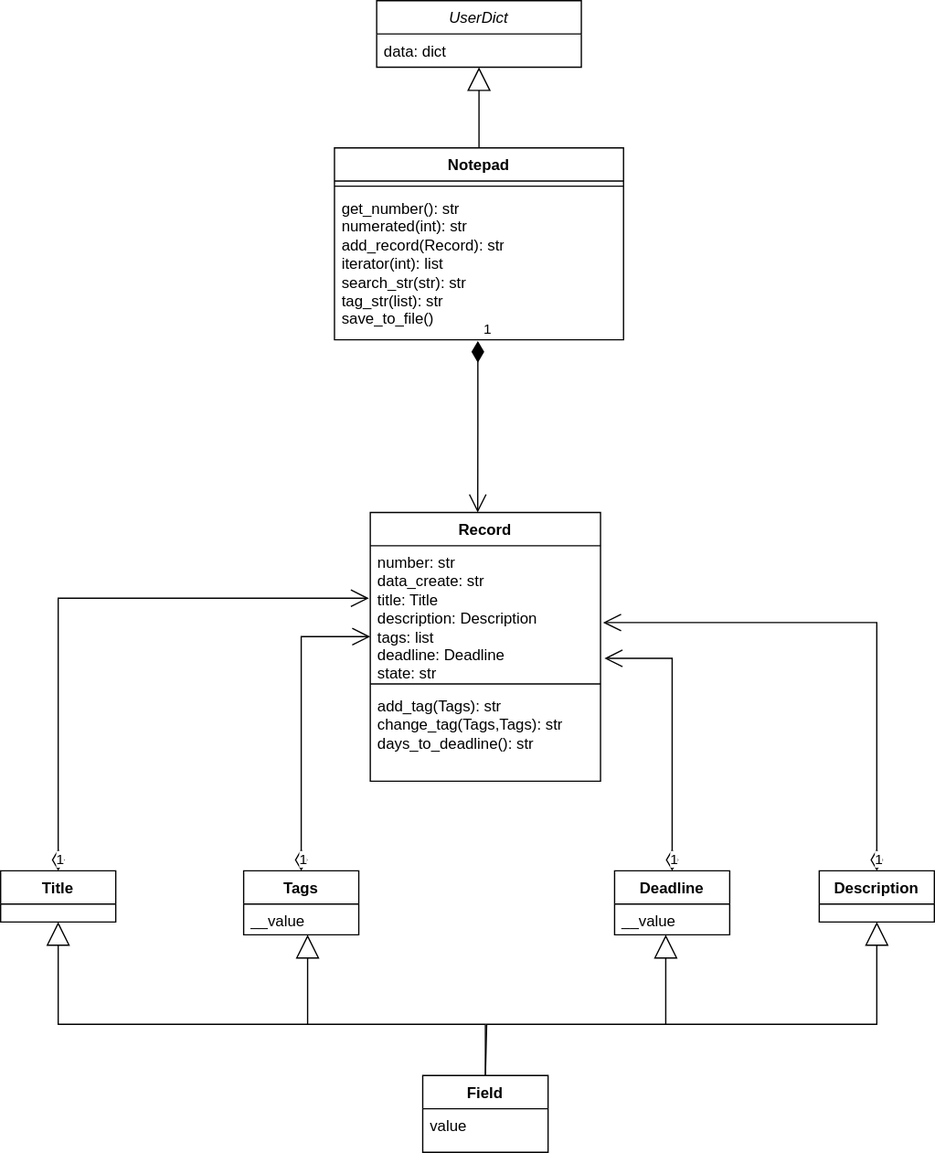
Above: help_bot/help_bot_diagram.svg in kseniavoitko/Help_Bot_Project (draw.io), before the change. Source tidied: cells renumbered, new cells last; positions are measured from the earlier drawing's top-left corner, leaving out a move shared by most shapes.
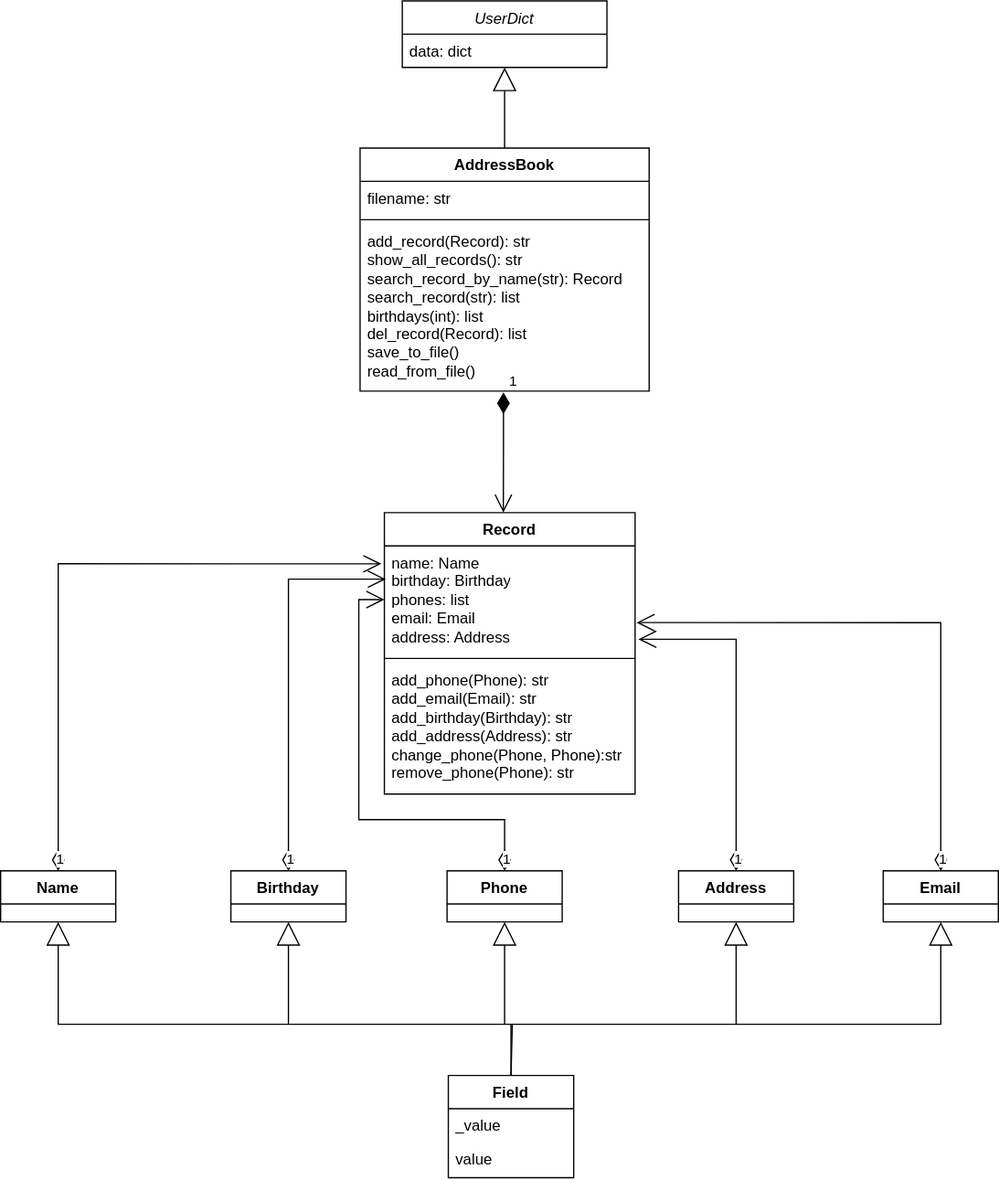
The same diagram one commit later.

Change to the diagram source:
```diff
@@ -3,58 +3,58 @@
     <mxCell id="0" />
     <mxCell id="1" parent="0" />
     <mxCell id="2" value="Field" style="swimlane;fontStyle=1;align=center;verticalAlign=top;horizontal=1;startSize=26;rounded=0;shadow=0;strokeWidth=1;" parent="1" vertex="1">
-      <mxGeometry x="330" y="840" width="98" height="60" as="geometry" />
+      <mxGeometry x="330" y="840" width="98" height="80" as="geometry" />
     </mxCell>
+    <mxCell id="30" value="_value" style="text;align=left;verticalAlign=top;spacingLeft=4;spacingRight=4;overflow=hidden;" parent="2" vertex="1">
+      <mxGeometry y="26" width="98" height="26" as="geometry" />
+    </mxCell>
     <mxCell id="3" value="value" style="text;align=left;verticalAlign=top;spacingLeft=4;spacingRight=4;overflow=hidden;rounded=0;shadow=0;html=0;" parent="2" vertex="1">
-      <mxGeometry y="26" width="98" height="24" as="geometry" />
+      <mxGeometry y="52" width="98" height="26" as="geometry" />
     </mxCell>
-    <mxCell id="4" value="Tags" style="swimlane;fontStyle=1;align=center;verticalAlign=top;horizontal=1;startSize=26;rounded=0;shadow=0;strokeWidth=1;" parent="1" vertex="1">
-      <mxGeometry x="190" y="680" width="90" height="50" as="geometry" />
+    <mxCell id="4" value="Name" style="swimlane;fontStyle=1;align=center;verticalAlign=top;horizontal=1;startSize=26;rounded=0;shadow=0;strokeWidth=1;" parent="1" vertex="1">
+      <mxGeometry x="-20" y="680" width="90" height="40" as="geometry" />
     </mxCell>
-    <mxCell id="5" style="endArrow=block;endSize=16;endFill=0;html=1;rounded=0;entryX=0.5;entryY=1;entryDx=0;entryDy=0;" parent="4" edge="1" source="6" target="4">
-      <mxGeometry relative="1" as="geometry" />
-    </mxCell>
-    <mxCell id="6" value="__value" style="text;align=left;verticalAlign=top;spacingLeft=4;spacingRight=4;overflow=hidden;points=[[0,0.5],[1,0.5]];portConstraint=eastwest;rounded=0;shadow=0;html=0;" parent="4" vertex="1">
-      <mxGeometry y="26" width="90" height="24" as="geometry" />
-    </mxCell>
-    <mxCell id="7" value="Description" style="swimlane;fontStyle=1;align=center;verticalAlign=top;horizontal=1;startSize=26;rounded=0;shadow=0;strokeWidth=1;" parent="1" vertex="1">
-      <mxGeometry x="640" y="680" width="90" height="40" as="geometry" />
+    <mxCell id="7" value="Phone" style="swimlane;fontStyle=1;align=center;verticalAlign=top;horizontal=1;startSize=26;rounded=0;shadow=0;strokeWidth=1;" parent="1" vertex="1">
+      <mxGeometry x="329" y="680" width="90" height="40" as="geometry" />
     </mxCell>
-    <mxCell id="8" value="Title" style="swimlane;fontStyle=1;align=center;verticalAlign=top;horizontal=1;startSize=26;rounded=0;shadow=0;strokeWidth=1;" parent="1" vertex="1">
-      <mxGeometry y="680" width="90" height="40" as="geometry" />
+    <mxCell id="8" value="Birthday" style="swimlane;fontStyle=1;align=center;verticalAlign=top;horizontal=1;startSize=26;rounded=0;shadow=0;strokeWidth=1;" parent="1" vertex="1">
+      <mxGeometry x="160" y="680" width="90" height="40" as="geometry" />
     </mxCell>
+    <mxCell id="31" value="Email" style="swimlane;fontStyle=1;align=center;verticalAlign=top;horizontal=1;startSize=26;rounded=0;shadow=0;strokeWidth=1;" parent="1" vertex="1">
+      <mxGeometry x="670" y="680" width="90" height="40" as="geometry" />
+    </mxCell>
-    <mxCell id="9" value="Deadline" style="swimlane;fontStyle=1;align=center;verticalAlign=top;horizontal=1;startSize=26;rounded=0;shadow=0;strokeWidth=1;" parent="1" vertex="1">
-      <mxGeometry x="480" y="680" width="90" height="50" as="geometry" />
+    <mxCell id="9" value="Address" style="swimlane;fontStyle=1;align=center;verticalAlign=top;horizontal=1;startSize=26;rounded=0;shadow=0;strokeWidth=1;" parent="1" vertex="1">
+      <mxGeometry x="510" y="680" width="90" height="40" as="geometry" />
     </mxCell>
-    <mxCell id="10" value="__value" style="text;align=left;verticalAlign=top;spacingLeft=4;spacingRight=4;overflow=hidden;rounded=0;shadow=0;html=0;" parent="9" vertex="1">
-      <mxGeometry y="26" width="90" height="24" as="geometry" />
-    </mxCell>
     <mxCell id="11" value="UserDict" style="swimlane;fontStyle=2;align=center;verticalAlign=top;horizontal=1;startSize=26;rounded=0;shadow=0;strokeWidth=1;" parent="1" vertex="1">
       <mxGeometry x="294" width="160" height="52" as="geometry" />
     </mxCell>
     <mxCell id="12" value="data: dict" style="text;align=left;verticalAlign=top;spacingLeft=4;spacingRight=4;overflow=hidden;" parent="11" vertex="1">
       <mxGeometry y="26" width="160" height="26" as="geometry" />
     </mxCell>
-    <mxCell id="13" value="Notepad" style="swimlane;fontStyle=1;align=center;verticalAlign=top;horizontal=1;startSize=26;whiteSpace=wrap;html=1;" parent="1" vertex="1">
-      <mxGeometry x="261" y="115" width="226" height="150" as="geometry" />
+    <mxCell id="13" value="AddressBook" style="swimlane;fontStyle=1;align=center;verticalAlign=top;horizontal=1;startSize=26;whiteSpace=wrap;html=1;" parent="1" vertex="1">
+      <mxGeometry x="261" y="115" width="226" height="190" as="geometry" />
     </mxCell>
+    <mxCell id="32" value="filename: str" style="text;strokeColor=none;fillColor=none;align=left;verticalAlign=top;spacingLeft=4;spacingRight=4;overflow=hidden;whiteSpace=wrap;html=1;" parent="13" vertex="1">
+      <mxGeometry y="26" width="226" height="26" as="geometry" />
+    </mxCell>
     <mxCell id="14" style="line;strokeWidth=1;fillColor=none;align=left;verticalAlign=middle;spacingTop=-1;spacingLeft=3;spacingRight=3;labelPosition=right;strokeColor=inherit;" parent="13" vertex="1">
-      <mxGeometry y="26" width="226" height="8" as="geometry" />
+      <mxGeometry y="52" width="226" height="8" as="geometry" />
     </mxCell>
-    <mxCell id="15" value="get_number(): str&lt;br&gt;numerated(int): str&lt;br&gt;add_record(Record): str&lt;br&gt;iterator(int): list&lt;br&gt;search_str(str): str&lt;br&gt;tag_str(list): str&lt;br&gt;save_to_file()" style="text;strokeColor=none;fillColor=none;align=left;verticalAlign=top;spacingLeft=4;spacingRight=4;overflow=hidden;points=[[0,0.5],[1,0.5]];portConstraint=eastwest;whiteSpace=wrap;html=1;" parent="13" vertex="1">
-      <mxGeometry y="34" width="226" height="116" as="geometry" />
+    <mxCell id="15" value="add_record(Record): str&lt;br&gt;show_all_records(): str&lt;br&gt;search_record_by_name(str): Record&lt;br&gt;search_record(str): list&lt;br&gt;birthdays(int): list&lt;br&gt;del_record(Record): list&lt;br&gt;save_to_file()&lt;br&gt;read_from_file()" style="text;strokeColor=none;fillColor=none;align=left;verticalAlign=top;spacingLeft=4;spacingRight=4;overflow=hidden;points=[[0,0.5],[1,0.5]];portConstraint=eastwest;whiteSpace=wrap;html=1;" parent="13" vertex="1">
+      <mxGeometry y="60" width="226" height="130" as="geometry" />
     </mxCell>
     <mxCell id="16" value="Record" style="swimlane;fontStyle=1;align=center;verticalAlign=top;horizontal=1;startSize=26;whiteSpace=wrap;html=1;" parent="1" vertex="1">
-      <mxGeometry x="289" y="400" width="180" height="210" as="geometry" />
+      <mxGeometry x="280" y="400" width="196" height="220" as="geometry" />
     </mxCell>
-    <mxCell id="17" value="number: str&lt;br&gt;data_create: str&lt;br&gt;title: Title&lt;br&gt;description: Description&lt;br&gt;tags: list&lt;br&gt;deadline: Deadline&lt;br&gt;state: str" style="text;strokeColor=none;fillColor=none;align=left;verticalAlign=top;spacingLeft=4;spacingRight=4;overflow=hidden;points=[[0,0.5],[1,0.5]];portConstraint=eastwest;whiteSpace=wrap;html=1;" parent="16" vertex="1">
-      <mxGeometry y="26" width="180" height="104" as="geometry" />
+    <mxCell id="17" value="name: Name&lt;br&gt;birthday: Birthday&lt;br&gt;phones: list&lt;br&gt;email: Email&lt;br&gt;address: Address" style="text;strokeColor=none;fillColor=none;align=left;verticalAlign=top;spacingLeft=4;spacingRight=4;overflow=hidden;points=[[0,0.5],[1,0.5]];portConstraint=eastwest;whiteSpace=wrap;html=1;" parent="16" vertex="1">
+      <mxGeometry y="26" width="196" height="84" as="geometry" />
     </mxCell>
     <mxCell id="18" style="line;strokeWidth=1;fillColor=none;align=left;verticalAlign=middle;spacingTop=-1;spacingLeft=3;spacingRight=3;labelPosition=right;strokeColor=inherit;" parent="16" vertex="1">
-      <mxGeometry y="130" width="180" height="8" as="geometry" />
+      <mxGeometry y="110" width="196" height="8" as="geometry" />
     </mxCell>
-    <mxCell id="19" value="add_tag(Tags): str&lt;br&gt;change_tag(Tags,Tags): str&lt;br&gt;days_to_deadline(): str&lt;br&gt;" style="text;strokeColor=none;fillColor=none;align=left;verticalAlign=top;spacingLeft=4;spacingRight=4;overflow=hidden;whiteSpace=wrap;html=1;" parent="16" vertex="1">
-      <mxGeometry y="138" width="180" height="72" as="geometry" />
+    <mxCell id="19" value="add_phone(Phone): str&lt;br&gt;add_email(Email): str&lt;br&gt;add_birthday(Birthday): str&lt;br&gt;add_address(Address): str&lt;br&gt;change_phone(Phone, Phone):str&lt;br&gt;remove_phone(Phone): str" style="text;strokeColor=none;fillColor=none;align=left;verticalAlign=top;spacingLeft=4;spacingRight=4;overflow=hidden;whiteSpace=wrap;html=1;" parent="16" vertex="1">
+      <mxGeometry y="118" width="196" height="102" as="geometry" />
     </mxCell>
     <mxCell id="20" style="endArrow=block;endSize=16;endFill=0;html=1;rounded=0;exitX=0.5;exitY=0;exitDx=0;exitDy=0;" parent="1" edge="1" source="13">
       <mxGeometry relative="1" as="geometry">
@@ -66,45 +66,62 @@
         <mxPoint x="373" y="400" as="targetPoint" />
       </mxGeometry>
     </mxCell>
+    <mxCell id="23" value="1" style="endArrow=open;html=1;endSize=12;startArrow=diamondThin;startSize=14;startFill=0;edgeStyle=orthogonalEdgeStyle;align=left;verticalAlign=bottom;rounded=0;entryX=-0.012;entryY=0.167;entryDx=0;entryDy=0;entryPerimeter=0;exitX=0.5;exitY=0;exitDx=0;exitDy=0;" parent="1" edge="1" source="4" target="17">
+      <mxGeometry x="-1" y="3" relative="1" as="geometry" />
+    </mxCell>
-    <mxCell id="22" value="1" style="endArrow=open;html=1;endSize=12;startArrow=diamondThin;startSize=14;startFill=0;edgeStyle=orthogonalEdgeStyle;align=left;verticalAlign=bottom;rounded=0;exitX=0.5;exitY=0;exitDx=0;exitDy=0;entryX=-0.006;entryY=0.394;entryDx=0;entryDy=0;entryPerimeter=0;" parent="1" edge="1" source="8" target="17">
+    <mxCell id="22" value="1" style="endArrow=open;html=1;endSize=12;startArrow=diamondThin;startSize=14;startFill=0;edgeStyle=orthogonalEdgeStyle;align=left;verticalAlign=bottom;rounded=0;entryX=0.006;entryY=0.31;entryDx=0;entryDy=0;entryPerimeter=0;exitX=0.5;exitY=0;exitDx=0;exitDy=0;" parent="1" edge="1" source="8" target="17">
       <mxGeometry x="-1" y="3" relative="1" as="geometry" />
     </mxCell>
-    <mxCell id="23" value="1" style="endArrow=open;html=1;endSize=12;startArrow=diamondThin;startSize=14;startFill=0;edgeStyle=orthogonalEdgeStyle;align=left;verticalAlign=bottom;rounded=0;exitX=0.5;exitY=0;exitDx=0;exitDy=0;entryX=0;entryY=0.683;entryDx=0;entryDy=0;entryPerimeter=0;" parent="1" edge="1" source="4" target="17">
-      <mxGeometry x="-1" y="3" relative="1" as="geometry" />
-    </mxCell>
-    <mxCell id="24" value="1" style="endArrow=open;html=1;endSize=12;startArrow=diamondThin;startSize=14;startFill=0;edgeStyle=orthogonalEdgeStyle;align=left;verticalAlign=bottom;rounded=0;exitX=0.5;exitY=0;exitDx=0;exitDy=0;entryX=1.011;entryY=0.577;entryDx=0;entryDy=0;entryPerimeter=0;" parent="1" edge="1" source="7" target="17">
-      <mxGeometry x="-1" y="3" relative="1" as="geometry" />
+    <mxCell id="24" value="1" style="endArrow=open;html=1;endSize=12;startArrow=diamondThin;startSize=14;startFill=0;edgeStyle=orthogonalEdgeStyle;align=left;verticalAlign=bottom;rounded=0;entryX=0;entryY=0.5;entryDx=0;entryDy=0;exitX=0.5;exitY=0;exitDx=0;exitDy=0;" parent="1" edge="1" source="7" target="17">
+      <mxGeometry x="-1" y="3" relative="1" as="geometry">
+        <Array as="points">
+          <mxPoint x="374" y="640" />
+          <mxPoint x="260" y="640" />
+          <mxPoint x="260" y="468" />
+        </Array>
+      </mxGeometry>
     </mxCell>
+    <mxCell id="33" value="1" style="endArrow=open;html=1;endSize=12;startArrow=diamondThin;startSize=14;startFill=0;edgeStyle=orthogonalEdgeStyle;align=left;verticalAlign=bottom;rounded=0;exitX=0.5;exitY=0;exitDx=0;exitDy=0;entryX=1.006;entryY=0.714;entryDx=0;entryDy=0;entryPerimeter=0;" parent="1" edge="1" source="31" target="17">
+      <mxGeometry x="-1" y="3" relative="1" as="geometry">
+        <Array as="points">
+          <mxPoint x="715" y="486" />
+        </Array>
+      </mxGeometry>
+    </mxCell>
-    <mxCell id="25" value="1" style="endArrow=open;html=1;endSize=12;startArrow=diamondThin;startSize=14;startFill=0;edgeStyle=orthogonalEdgeStyle;align=left;verticalAlign=bottom;rounded=0;exitX=0.5;exitY=0;exitDx=0;exitDy=0;entryX=1.017;entryY=0.846;entryDx=0;entryDy=0;entryPerimeter=0;" parent="1" edge="1" source="9" target="17">
+    <mxCell id="25" value="1" style="endArrow=open;html=1;endSize=12;startArrow=diamondThin;startSize=14;startFill=0;edgeStyle=orthogonalEdgeStyle;align=left;verticalAlign=bottom;rounded=0;exitX=0.5;exitY=0;exitDx=0;exitDy=0;entryX=1.013;entryY=0.869;entryDx=0;entryDy=0;entryPerimeter=0;" parent="1" edge="1" source="9" target="17">
       <mxGeometry x="-1" y="3" relative="1" as="geometry" />
     </mxCell>
-    <mxCell id="26" style="endArrow=block;endSize=16;endFill=0;html=1;rounded=0;exitX=0.5;exitY=0;exitDx=0;exitDy=0;entryX=0.5;entryY=1;entryDx=0;entryDy=0;" parent="1" edge="1" source="2" target="8">
-      <mxGeometry relative="1" as="geometry">
-        <Array as="points">
-          <mxPoint x="379" y="800" />
-          <mxPoint x="45" y="800" />
-        </Array>
-      </mxGeometry>
-    </mxCell>
-    <mxCell id="27" style="endArrow=block;endSize=16;endFill=0;html=1;rounded=0;exitX=0.5;exitY=0;exitDx=0;exitDy=0;entryX=0.5;entryY=1;entryDx=0;entryDy=0;" parent="1" edge="1" source="2" target="7">
-      <mxGeometry relative="1" as="geometry">
-        <Array as="points">
-          <mxPoint x="380" y="800" />
-          <mxPoint x="685" y="800" />
-        </Array>
-      </mxGeometry>
-    </mxCell>
-    <mxCell id="28" style="endArrow=block;endSize=16;endFill=0;html=1;rounded=0;" parent="1" edge="1">
-      <mxGeometry relative="1" as="geometry">
-        <mxPoint x="240" y="800" as="sourcePoint" />
-        <mxPoint x="240" y="730" as="targetPoint" />
-      </mxGeometry>
-    </mxCell>
-    <mxCell id="29" style="endArrow=block;endSize=16;endFill=0;html=1;rounded=0;" parent="1" edge="1">
-      <mxGeometry relative="1" as="geometry">
-        <mxPoint x="520" y="800" as="sourcePoint" />
-        <mxPoint x="520" y="730" as="targetPoint" />
-      </mxGeometry>
-    </mxCell>
+    <mxCell id="5" style="endArrow=block;endSize=16;endFill=0;html=1;rounded=0;entryX=0.5;entryY=1;entryDx=0;entryDy=0;" parent="1" edge="1" target="4">
+      <mxGeometry relative="1" as="geometry">
+        <mxPoint x="379" y="840" as="sourcePoint" />
+        <Array as="points">
+          <mxPoint x="380" y="800" />
+          <mxPoint x="25" y="800" />
+        </Array>
+      </mxGeometry>
+    </mxCell>
+    <mxCell id="34" style="endArrow=block;endSize=16;endFill=0;html=1;rounded=0;exitX=0.5;exitY=0;exitDx=0;exitDy=0;entryX=0.5;entryY=1;entryDx=0;entryDy=0;" parent="1" edge="1" source="2" target="31">
+      <mxGeometry relative="1" as="geometry">
+        <Array as="points">
+          <mxPoint x="379" y="800" />
+          <mxPoint x="715" y="800" />
+        </Array>
+      </mxGeometry>
+    </mxCell>
+    <mxCell id="35" style="endArrow=block;endSize=16;endFill=0;html=1;rounded=0;entryX=0.5;entryY=1;entryDx=0;entryDy=0;" parent="1" edge="1" target="8">
+      <mxGeometry relative="1" as="geometry">
+        <mxPoint x="205" y="800" as="sourcePoint" />
+      </mxGeometry>
+    </mxCell>
+    <mxCell id="36" style="endArrow=block;endSize=16;endFill=0;html=1;rounded=0;entryX=0.5;entryY=1;entryDx=0;entryDy=0;" parent="1" edge="1" target="7">
+      <mxGeometry relative="1" as="geometry">
+        <mxPoint x="374" y="800" as="sourcePoint" />
+      </mxGeometry>
+    </mxCell>
+    <mxCell id="37" style="endArrow=block;endSize=16;endFill=0;html=1;rounded=0;entryX=0.5;entryY=1;entryDx=0;entryDy=0;" parent="1" edge="1" target="9">
+      <mxGeometry relative="1" as="geometry">
+        <mxPoint x="555" y="800" as="sourcePoint" />
+      </mxGeometry>
+    </mxCell>
   </root>
 </mxGraphModel>
```
